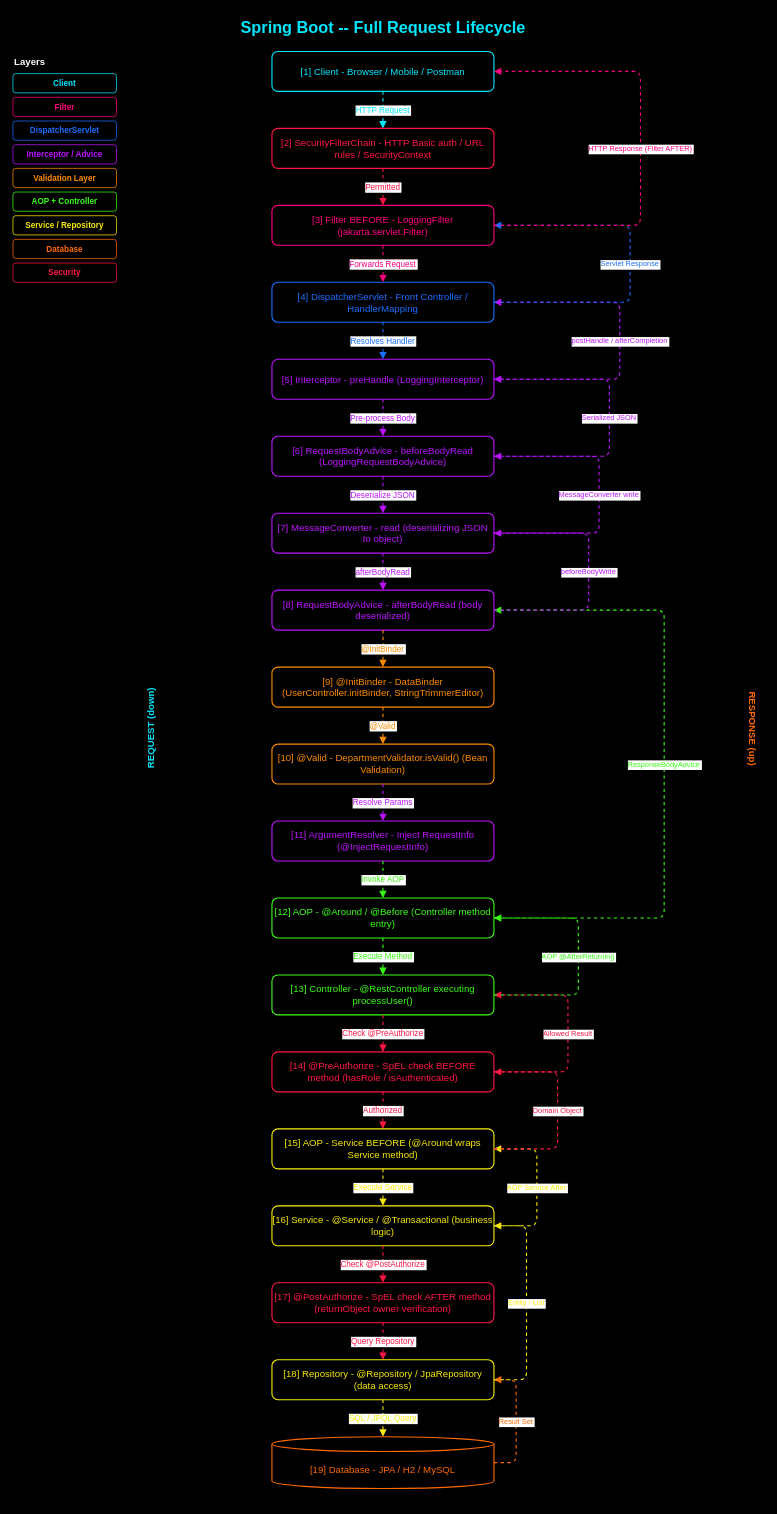
Before: page "Spring Boot Full Request Lifecycle" (1 of 8) of drawio/spring-boot-neon-flow.drawio in Logi2110/Springboot-Flow, a draw.io diagram. Source tidied: cells renumbered, new cells numbered last; positions are measured from the earlier drawing's top-left corner, leaving out a move shared by most shapes. Both pictures are drawn from the tidied source at 74%, with x=0, y=0 at pixel (13, 13).
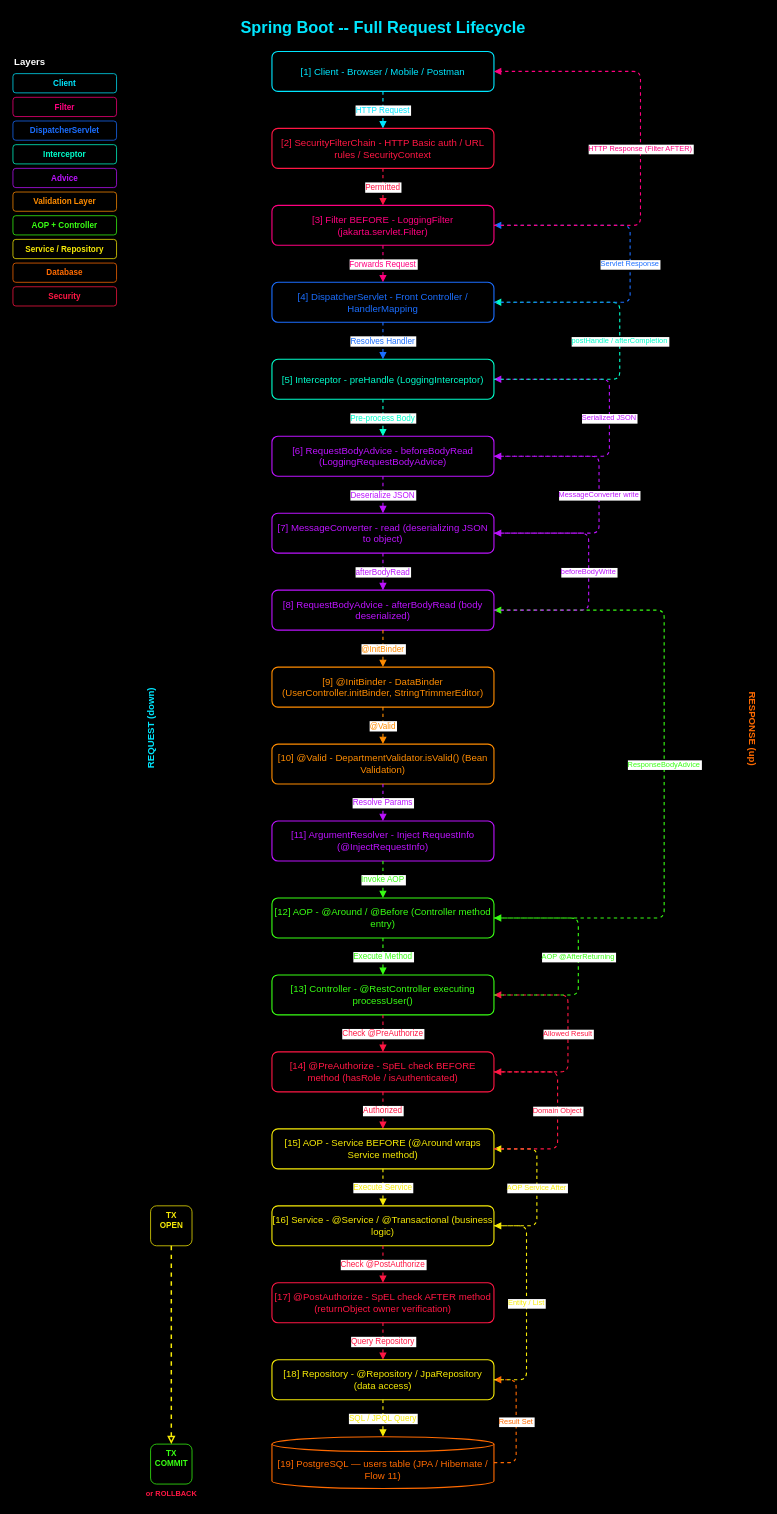
The same diagram, later.

The change refers to these unchanged cells:
```xml
<mxCell id="19" value="[4] DispatcherServlet - Front Controller / HandlerMapping" style="rounded=1;whiteSpace=wrap;html=1;fillColor=none;strokeColor=#1B6EFF;strokeWidth=1.5;fontColor=#1B6EFF;fontStyle=0;fontSize=13;shadow=0;" parent="1" vertex="1">
  <mxGeometry x="350" y="364" width="300" height="54" as="geometry" />
</mxCell>
<mxCell id="23" value="[6] RequestBodyAdvice - beforeBodyRead (LoggingRequestBodyAdvice)" style="rounded=1;whiteSpace=wrap;html=1;fillColor=none;strokeColor=#BC13FE;strokeWidth=1.5;fontColor=#BC13FE;fontStyle=0;fontSize=13;shadow=0;" parent="1" vertex="1">
  <mxGeometry x="350" y="572" width="300" height="54" as="geometry" />
</mxCell>
```

Diff of the diagram source:
```diff
@@
-    <mxCell id="7" value="Interceptor / Advice" style="rounded=1;whiteSpace=wrap;html=1;fillColor=none;strokeColor=#BC13FE;fontColor=#BC13FE;fontStyle=1;fontSize=11;shadow=0;" parent="1" vertex="1">
+    <mxCell id="7" value="Interceptor" style="rounded=1;whiteSpace=wrap;html=1;fillColor=none;strokeColor=#00FFCC;fontColor=#00FFCC;fontStyle=1;fontSize=11;shadow=0;" parent="1" vertex="1">
       <mxGeometry y="178" width="140" height="26" as="geometry" />
     </mxCell>
+    <mxCell id="65" value="Advice" style="rounded=1;whiteSpace=wrap;html=1;fillColor=none;strokeColor=#BC13FE;fontColor=#BC13FE;fontStyle=1;fontSize=11;shadow=0;" parent="1" vertex="1">
+      <mxGeometry y="210" width="140" height="26" as="geometry" />
+    </mxCell>
     <mxCell id="8" value="Validation Layer" style="rounded=1;whiteSpace=wrap;html=1;fillColor=none;strokeColor=#FF8C00;fontColor=#FF8C00;fontStyle=1;fontSize=11;shadow=0;" parent="1" vertex="1">
-      <mxGeometry y="210" width="140" height="26" as="geometry" />
+      <mxGeometry y="242" width="140" height="26" as="geometry" />
     </mxCell>
     <mxCell id="9" value="AOP + Controller" style="rounded=1;whiteSpace=wrap;html=1;fillColor=none;strokeColor=#39FF14;fontColor=#39FF14;fontStyle=1;fontSize=11;shadow=0;" parent="1" vertex="1">
-      <mxGeometry y="242" width="140" height="26" as="geometry" />
+      <mxGeometry y="274" width="140" height="26" as="geometry" />
     </mxCell>
     <mxCell id="10" value="Service / Repository" style="rounded=1;whiteSpace=wrap;html=1;fillColor=none;strokeColor=#F7EB07;fontColor=#F7EB07;fontStyle=1;fontSize=11;shadow=0;" parent="1" vertex="1">
-      <mxGeometry y="274" width="140" height="26" as="geometry" />
+      <mxGeometry y="306" width="140" height="26" as="geometry" />
     </mxCell>
     <mxCell id="11" value="Database" style="rounded=1;whiteSpace=wrap;html=1;fillColor=none;strokeColor=#FF6A00;fontColor=#FF6A00;fontStyle=1;fontSize=11;shadow=0;" parent="1" vertex="1">
-      <mxGeometry y="306" width="140" height="26" as="geometry" />
+      <mxGeometry y="338" width="140" height="26" as="geometry" />
     </mxCell>
     <mxCell id="12" value="Security" style="rounded=1;whiteSpace=wrap;html=1;fillColor=none;strokeColor=#FF1744;fontColor=#FF1744;fontStyle=1;fontSize=11;shadow=0;" parent="1" vertex="1">
-      <mxGeometry y="338" width="140" height="26" as="geometry" />
+      <mxGeometry y="370" width="140" height="26" as="geometry" />
     </mxCell>
@@
-    <mxCell id="21" value="[5] Interceptor - preHandle (LoggingInterceptor)" style="rounded=1;whiteSpace=wrap;html=1;fillColor=none;strokeColor=#BC13FE;strokeWidth=1.5;fontColor=#BC13FE;fontStyle=0;fontSize=13;shadow=0;" parent="1" vertex="1">
+    <mxCell id="21" value="[5] Interceptor - preHandle (LoggingInterceptor)" style="rounded=1;whiteSpace=wrap;html=1;fillColor=none;strokeColor=#00FFCC;strokeWidth=1.5;fontColor=#00FFCC;fontStyle=0;fontSize=13;shadow=0;" parent="1" vertex="1">
       <mxGeometry x="350" y="468" width="300" height="54" as="geometry" />
     </mxCell>
-    <mxCell id="22" value="Pre-process Body" style="edgeStyle=orthogonalEdgeStyle;rounded=1;exitX=0.5;exitY=1;entryX=0.5;entryY=0;strokeColor=#BC13FE;strokeWidth=1.5;fontColor=#BC13FE;fontStyle=0;fontSize=11;shadow=0;dashed=1;endArrow=block;endFill=1;flowAnimation=1;" parent="1" edge="1" source="21" target="23">
+    <mxCell id="22" value="Pre-process Body" style="edgeStyle=orthogonalEdgeStyle;rounded=1;exitX=0.5;exitY=1;entryX=0.5;entryY=0;strokeColor=#00FFCC;strokeWidth=1.5;fontColor=#00FFCC;fontStyle=0;fontSize=11;shadow=0;dashed=1;endArrow=block;endFill=1;flowAnimation=1;" parent="1" edge="1" source="21" target="23">
       <mxGeometry relative="1" as="geometry" />
     </mxCell>
@@
-    <mxCell id="49" value="[19] Database - JPA / H2 / MySQL" style="shape=cylinder3;whiteSpace=wrap;html=1;boundedLbl=1;backgroundOutline=1;size=10;fillColor=none;strokeColor=#FF6A00;strokeWidth=1.5;fontColor=#FF6A00;fontStyle=0;fontSize=13;shadow=0;" parent="1" vertex="1">
+    <mxCell id="49" value="[19] PostgreSQL — users table (JPA / Hibernate / Flow 11)" style="shape=cylinder3;whiteSpace=wrap;html=1;boundedLbl=1;backgroundOutline=1;size=10;fillColor=none;strokeColor=#FF6A00;strokeWidth=1.5;fontColor=#FF6A00;fontStyle=0;fontSize=13;shadow=0;" parent="1" vertex="1">
       <mxGeometry x="350" y="1924" width="300" height="70" as="geometry" />
     </mxCell>
@@
-    <mxCell id="60" value="postHandle / afterCompletion" style="edgeStyle=orthogonalEdgeStyle;rounded=1;exitX=1;exitY=0.5;entryX=1;entryY=0.5;strokeColor=#BC13FE;strokeWidth=1.5;fontColor=#BC13FE;fontStyle=0;fontSize=10;shadow=0;dashed=1;endArrow=block;endFill=1;flowAnimation=1;" parent="1" edge="1" source="21" target="19">
+    <mxCell id="60" value="postHandle / afterCompletion" style="edgeStyle=orthogonalEdgeStyle;rounded=1;exitX=1;exitY=0.5;entryX=1;entryY=0.5;strokeColor=#00FFCC;strokeWidth=1.5;fontColor=#00FFCC;fontStyle=0;fontSize=10;shadow=0;dashed=1;endArrow=block;endFill=1;flowAnimation=1;" parent="1" edge="1" source="21" target="19">
       <mxGeometry relative="1" as="geometry">
         <Array as="points">
           <mxPoint x="820" y="495" />
           <mxPoint x="820" y="391" />
         </Array>
       </mxGeometry>
     </mxCell>
@@
+    <mxCell id="66" value="TX&#10;OPEN" style="text;html=1;align=center;fontColor=#F7EB07;fontStyle=1;fontSize=11;strokeColor=#F7EB07;fillColor=none;rounded=1;" parent="1" vertex="1">
+      <mxGeometry x="186" y="1612" width="56" height="54" as="geometry" />
+    </mxCell>
+    <mxCell id="67" value="TX&#10;COMMIT" style="text;html=1;align=center;fontColor=#39FF14;fontStyle=1;fontSize=11;strokeColor=#39FF14;fillColor=none;rounded=1;" parent="1" vertex="1">
+      <mxGeometry x="186" y="1934" width="56" height="54" as="geometry" />
+    </mxCell>
+    <mxCell id="68" value="or ROLLBACK" style="text;html=1;align=center;fontColor=#FF1744;fontStyle=1;fontSize=10;strokeColor=none;fillColor=none;" parent="1" vertex="1">
+      <mxGeometry x="177" y="1988" width="74" height="24" as="geometry" />
+    </mxCell>
+    <mxCell id="69" style="edgeStyle=orthogonalEdgeStyle;exitX=0.5;exitY=1;entryX=0.5;entryY=0;strokeColor=#F7EB07;strokeWidth=2;dashed=1;endArrow=block;endFill=0;flowAnimation=1;fontColor=#F7EB07;fontSize=9;" parent="1" edge="1" source="66" target="67">
+      <mxGeometry relative="1" as="geometry" />
+    </mxCell>
```
